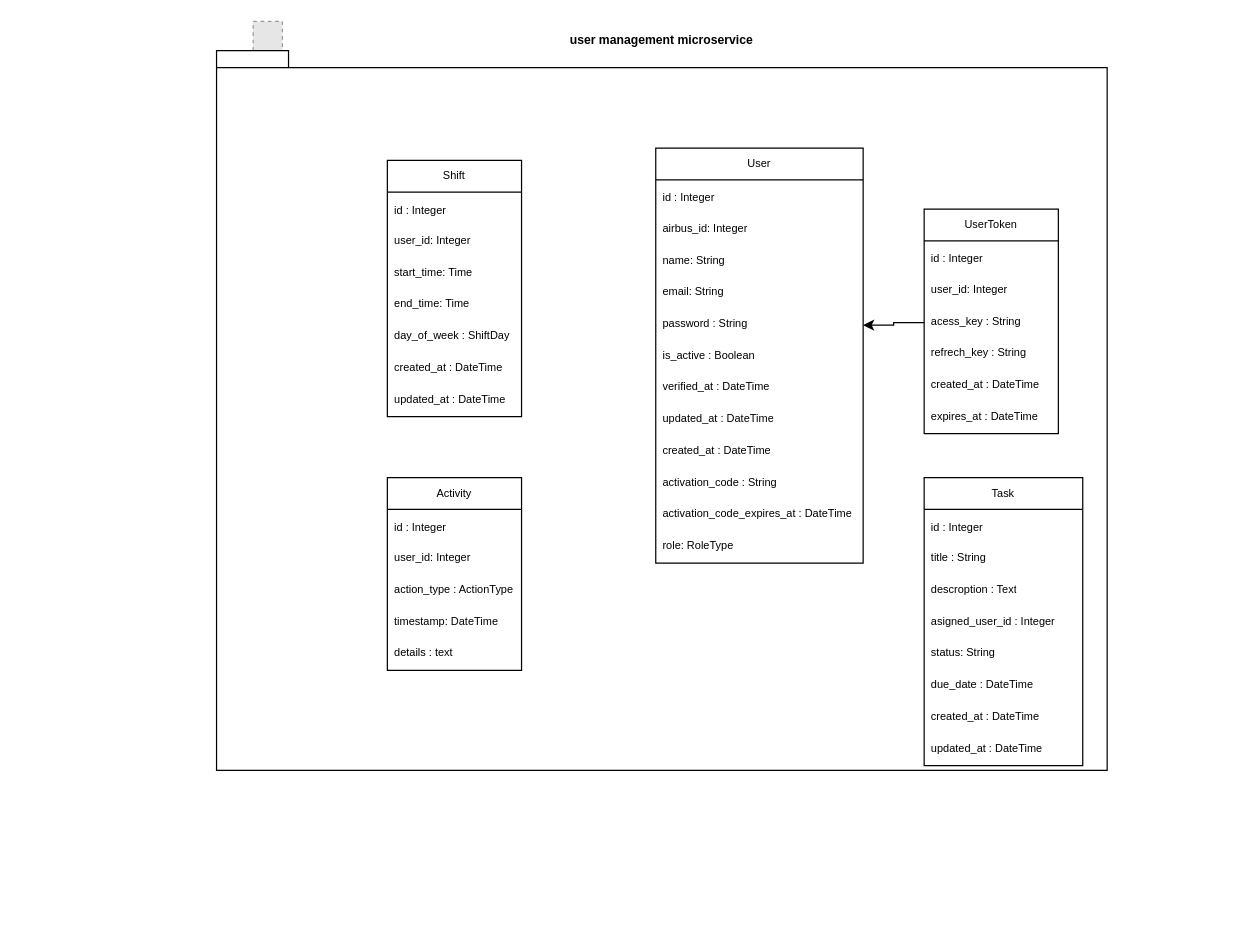
Before: Diagramme sans nom.drawio in NourAchahlaou/avvvatars, a draw.io diagram. Source tidied: cells renumbered, new cells numbered last; positions are measured from the earlier drawing's top-left corner, leaving out a move shared by most shapes. Both pictures are drawn from the tidied source at 122%, with x=0, y=0 at pixel (216, 21). Pictures stored in the file or linked from it are replaced by grey dashed boxes.
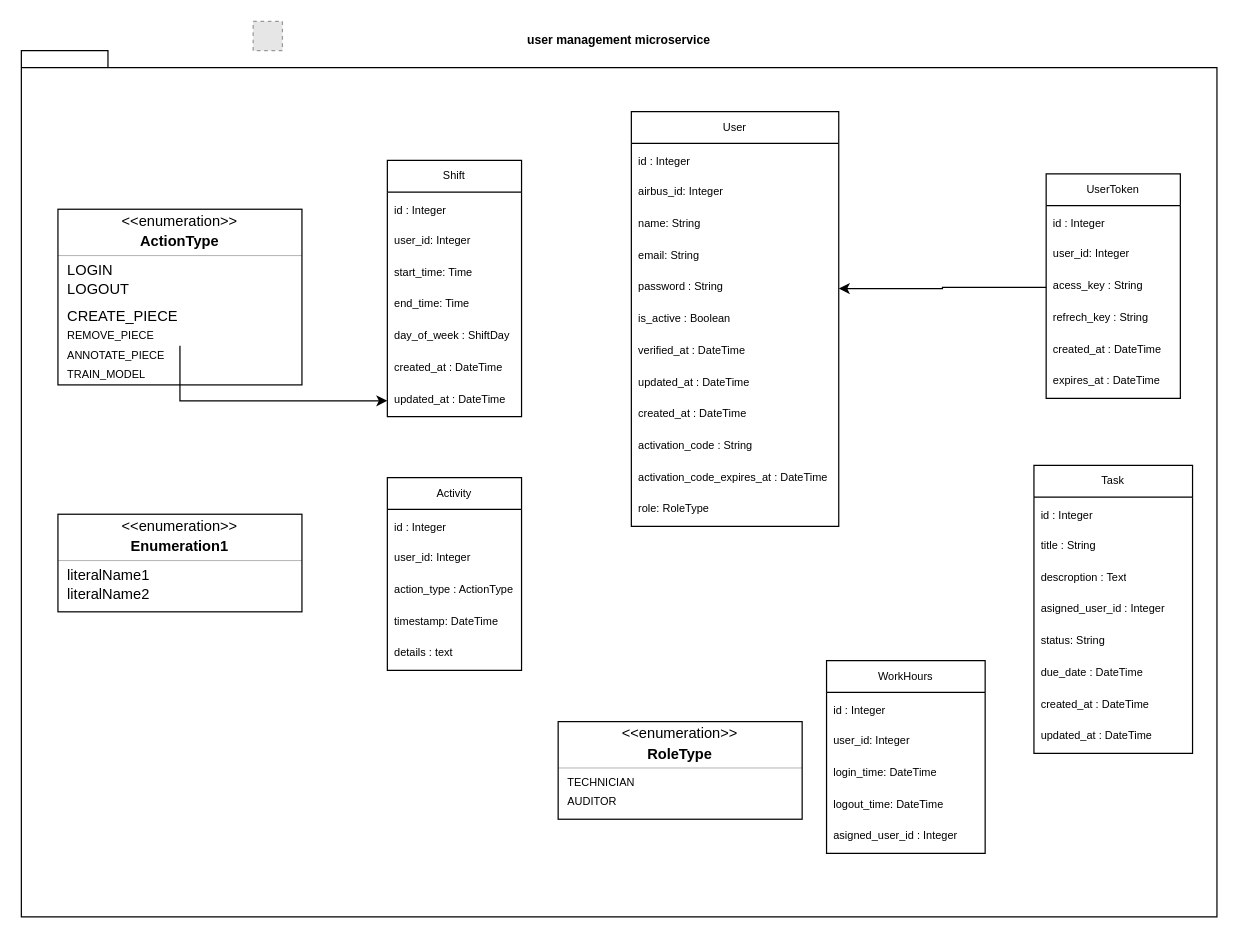
The same diagram, later.

Unchanged cells that the change refers to:
```xml
<mxCell id="38" value="updated_at : DateTime" style="text;strokeColor=none;fillColor=none;align=left;verticalAlign=top;spacingLeft=4;spacingRight=4;overflow=hidden;points=[[0,0.5],[1,0.5]];portConstraint=eastwest;whiteSpace=wrap;html=1;fontSize=9;" parent="31" vertex="1">
  <mxGeometry y="184" width="110" height="26" as="geometry" />
</mxCell>
```

Diff of the diagram source:
```diff
@@
     <mxCell id="3" value="&lt;font size=&quot;1&quot;&gt;user management microservice&lt;/font&gt;" style="shape=folder;fontStyle=1;spacingTop=10;tabWidth=40;tabHeight=14;tabPosition=left;html=1;whiteSpace=wrap;align=center;labelPosition=center;verticalLabelPosition=top;verticalAlign=bottom;" parent="1" vertex="1">
-      <mxGeometry y="24" width="730" height="590" as="geometry" />
+      <mxGeometry x="-160" y="24" width="980" height="710" as="geometry" />
     </mxCell>
     <mxCell id="4" value="&lt;font&gt;User&lt;/font&gt;" style="swimlane;fontStyle=0;horizontal=1;startSize=26;fillColor=none;whiteSpace=wrap;html=1;fontSize=9;" parent="1" vertex="1">
-      <mxGeometry x="360" y="104" width="170" height="340" as="geometry" />
+      <mxGeometry x="340" y="74" width="170" height="340" as="geometry" />
     </mxCell>
@@
     <mxCell id="17" value="&lt;font&gt;UserToken&lt;/font&gt;" style="swimlane;fontStyle=0;horizontal=1;startSize=26;fillColor=none;whiteSpace=wrap;html=1;fontSize=9;" parent="1" vertex="1">
-      <mxGeometry x="580" y="154" width="110" height="184" as="geometry" />
+      <mxGeometry x="680" y="125" width="110" height="184" as="geometry" />
     </mxCell>
@@
     <mxCell id="39" value="&lt;font&gt;Task&lt;/font&gt;" style="swimlane;fontStyle=0;horizontal=1;startSize=26;fillColor=none;whiteSpace=wrap;html=1;fontSize=9;" parent="1" vertex="1">
-      <mxGeometry x="580" y="374" width="130" height="236" as="geometry" />
+      <mxGeometry x="670" y="364" width="130" height="236" as="geometry" />
     </mxCell>
@@
+    <mxCell id="48" value="&lt;font&gt;WorkHours&lt;/font&gt;" style="swimlane;fontStyle=0;horizontal=1;startSize=26;fillColor=none;whiteSpace=wrap;html=1;fontSize=9;" parent="1" vertex="1">
+      <mxGeometry x="500" y="524" width="130" height="158" as="geometry" />
+    </mxCell>
+    <mxCell id="49" value="&lt;font style=&quot;font-size: 9px;&quot;&gt;id : Integer&lt;/font&gt;" style="text;strokeColor=none;fillColor=none;align=left;verticalAlign=top;spacingLeft=4;spacingRight=4;overflow=hidden;whiteSpace=wrap;html=1;" parent="48" vertex="1">
+      <mxGeometry y="26" width="130" height="28" as="geometry" />
+    </mxCell>
+    <mxCell id="50" value="user_id: Integer" style="text;strokeColor=none;fillColor=none;align=left;verticalAlign=top;spacingLeft=4;spacingRight=4;overflow=hidden;whiteSpace=wrap;html=1;fontSize=9;" parent="48" vertex="1">
+      <mxGeometry y="54" width="130" height="26" as="geometry" />
+    </mxCell>
+    <mxCell id="51" value="login_time: DateTime" style="text;strokeColor=none;fillColor=none;align=left;verticalAlign=top;spacingLeft=4;spacingRight=4;overflow=hidden;whiteSpace=wrap;html=1;fontSize=9;" parent="48" vertex="1">
+      <mxGeometry y="80" width="130" height="26" as="geometry" />
+    </mxCell>
+    <mxCell id="52" value="logout_time: DateTime" style="text;strokeColor=none;fillColor=none;align=left;verticalAlign=top;spacingLeft=4;spacingRight=4;overflow=hidden;whiteSpace=wrap;html=1;fontSize=9;" parent="48" vertex="1">
+      <mxGeometry y="106" width="130" height="26" as="geometry" />
+    </mxCell>
+    <mxCell id="53" value="&lt;span style=&quot;background-color: transparent; color: light-dark(rgb(0, 0, 0), rgb(255, 255, 255));&quot;&gt;asigned_user_id : Integer&lt;/span&gt;" style="text;strokeColor=none;fillColor=none;align=left;verticalAlign=top;spacingLeft=4;spacingRight=4;overflow=hidden;whiteSpace=wrap;html=1;fontSize=9;" parent="48" vertex="1">
+      <mxGeometry y="132" width="130" height="26" as="geometry" />
+    </mxCell>
+    <mxCell id="54" style="fontStyle=1;align=center;verticalAlign=middle;horizontal=1;fontSize=9;" parent="1" vertex="1">
+      <mxGeometry x="-130" y="154" width="200" height="144" as="geometry" />
+    </mxCell>
+    <mxCell id="55" value="&amp;lt;&amp;lt;enumeration&amp;gt;&amp;gt;" style="html=1;align=center;spacing=0;verticalAlign=middle;strokeColor=none;fillColor=none;whiteSpace=wrap;" parent="54" vertex="1">
+      <mxGeometry width="200" height="20" as="geometry" />
+    </mxCell>
+    <mxCell id="56" value="ActionType" style="html=1;align=center;spacing=0;verticalAlign=middle;strokeColor=none;fillColor=none;whiteSpace=wrap;fontStyle=1;" parent="54" vertex="1">
+      <mxGeometry y="20" width="200" height="14" as="geometry" />
+    </mxCell>
+    <mxCell id="57" style="line;strokeWidth=0.25;fillColor=none;align=left;verticalAlign=middle;spacingTop=-1;spacingLeft=3;spacingRight=3;labelPosition=right;" parent="54" vertex="1">
+      <mxGeometry y="34" width="200" height="8" as="geometry" />
+    </mxCell>
+    <mxCell id="58" value="LOGIN" style="html=1;align=left;spacing=0;spacingLeft=8;verticalAlign=middle;strokeColor=none;fillColor=none;whiteSpace=wrap;" parent="54" vertex="1">
+      <mxGeometry y="42" width="200" height="16" as="geometry" />
+    </mxCell>
+    <mxCell id="59" value="LOGOUT" style="html=1;align=left;spacing=0;spacingLeft=8;verticalAlign=middle;strokeColor=none;fillColor=none;whiteSpace=wrap;" parent="54" vertex="1">
+      <mxGeometry y="58" width="200" height="16" as="geometry" />
+    </mxCell>
+    <mxCell id="60" style="html=1;align=left;spacing=0;spacingLeft=8;verticalAlign=middle;strokeColor=none;fillColor=none;whiteSpace=wrap;" parent="54" vertex="1">
+      <mxGeometry y="74" width="200" height="6" as="geometry" />
+    </mxCell>
+    <mxCell id="61" style="edgeStyle=orthogonalEdgeStyle;rounded=0;orthogonalLoop=1;jettySize=auto;html=1;exitX=0.5;exitY=1;exitDx=0;exitDy=0;" parent="54" edge="1" source="56" target="56">
+      <mxGeometry relative="1" as="geometry" />
+    </mxCell>
+    <mxCell id="62" value="CREATE_PIECE" style="html=1;align=left;spacing=0;spacingLeft=8;verticalAlign=middle;strokeColor=none;fillColor=none;whiteSpace=wrap;" parent="54" vertex="1">
+      <mxGeometry y="80" width="200" height="16" as="geometry" />
+    </mxCell>
+    <mxCell id="63" value="REMOVE_PIECE" style="html=1;align=left;spacing=0;spacingLeft=8;verticalAlign=middle;strokeColor=none;fillColor=none;whiteSpace=wrap;fontSize=9;" parent="54" vertex="1">
+      <mxGeometry y="96" width="200" height="16" as="geometry" />
+    </mxCell>
+    <mxCell id="64" value="ANNOTATE_PIECE" style="html=1;align=left;spacing=0;spacingLeft=8;verticalAlign=middle;strokeColor=none;fillColor=none;whiteSpace=wrap;fontSize=9;" parent="54" vertex="1">
+      <mxGeometry y="112" width="200" height="16" as="geometry" />
+    </mxCell>
+    <mxCell id="65" value="TRAIN_MODEL" style="html=1;align=left;spacing=0;spacingLeft=8;verticalAlign=middle;strokeColor=none;fillColor=none;whiteSpace=wrap;fontSize=9;" parent="54" vertex="1">
+      <mxGeometry y="128" width="200" height="16" as="geometry" />
+    </mxCell>
+    <mxCell id="66" style="fontStyle=1;align=center;verticalAlign=middle;horizontal=1;" parent="1" vertex="1">
+      <mxGeometry x="-130" y="404" width="200" height="80" as="geometry" />
+    </mxCell>
+    <mxCell id="67" value="&amp;lt;&amp;lt;enumeration&amp;gt;&amp;gt;" style="html=1;align=center;spacing=0;verticalAlign=middle;strokeColor=none;fillColor=none;whiteSpace=wrap;" parent="66" vertex="1">
+      <mxGeometry width="200" height="20" as="geometry" />
+    </mxCell>
+    <mxCell id="68" value="Enumeration1" style="html=1;align=center;spacing=0;verticalAlign=middle;strokeColor=none;fillColor=none;whiteSpace=wrap;fontStyle=1;" parent="66" vertex="1">
+      <mxGeometry y="20" width="200" height="14" as="geometry" />
+    </mxCell>
+    <mxCell id="69" style="line;strokeWidth=0.25;fillColor=none;align=left;verticalAlign=middle;spacingTop=-1;spacingLeft=3;spacingRight=3;labelPosition=right;" parent="66" vertex="1">
+      <mxGeometry y="34" width="200" height="8" as="geometry" />
+    </mxCell>
+    <mxCell id="70" value="literalName1" style="html=1;align=left;spacing=0;spacingLeft=8;verticalAlign=middle;strokeColor=none;fillColor=none;whiteSpace=wrap;" parent="66" vertex="1">
+      <mxGeometry y="42" width="200" height="16" as="geometry" />
+    </mxCell>
+    <mxCell id="71" value="literalName2" style="html=1;align=left;spacing=0;spacingLeft=8;verticalAlign=middle;strokeColor=none;fillColor=none;whiteSpace=wrap;" parent="66" vertex="1">
+      <mxGeometry y="58" width="200" height="16" as="geometry" />
+    </mxCell>
+    <mxCell id="72" style="html=1;align=left;spacing=0;spacingLeft=8;verticalAlign=middle;strokeColor=none;fillColor=none;whiteSpace=wrap;" parent="66" vertex="1">
+      <mxGeometry y="74" width="200" height="6" as="geometry" />
+    </mxCell>
+    <mxCell id="73" style="edgeStyle=orthogonalEdgeStyle;rounded=0;orthogonalLoop=1;jettySize=auto;html=1;exitX=0.5;exitY=1;exitDx=0;exitDy=0;" parent="66" edge="1" source="68" target="68">
+      <mxGeometry relative="1" as="geometry" />
+    </mxCell>
+    <mxCell id="74" style="fontStyle=1;align=center;verticalAlign=middle;horizontal=1;fontSize=9;" parent="1" vertex="1">
+      <mxGeometry x="280" y="574" width="200" height="80" as="geometry" />
+    </mxCell>
+    <mxCell id="75" value="&amp;lt;&amp;lt;enumeration&amp;gt;&amp;gt;" style="html=1;align=center;spacing=0;verticalAlign=middle;strokeColor=none;fillColor=none;whiteSpace=wrap;" parent="74" vertex="1">
+      <mxGeometry width="200" height="20" as="geometry" />
+    </mxCell>
+    <mxCell id="76" value="RoleType" style="html=1;align=center;spacing=0;verticalAlign=middle;strokeColor=none;fillColor=none;whiteSpace=wrap;fontStyle=1;" parent="74" vertex="1">
+      <mxGeometry y="20" width="200" height="14" as="geometry" />
+    </mxCell>
+    <mxCell id="77" style="line;strokeWidth=0.25;fillColor=none;align=left;verticalAlign=middle;spacingTop=-1;spacingLeft=3;spacingRight=3;labelPosition=right;" parent="74" vertex="1">
+      <mxGeometry y="34" width="200" height="8" as="geometry" />
+    </mxCell>
+    <mxCell id="78" value="TECHNICIAN" style="html=1;align=left;spacing=0;spacingLeft=8;verticalAlign=middle;strokeColor=none;fillColor=none;whiteSpace=wrap;fontSize=9;" parent="74" vertex="1">
+      <mxGeometry y="42" width="200" height="16" as="geometry" />
+    </mxCell>
+    <mxCell id="79" value="AUDITOR" style="html=1;align=left;spacing=0;spacingLeft=8;verticalAlign=middle;strokeColor=none;fillColor=none;whiteSpace=wrap;fontSize=9;" parent="74" vertex="1">
+      <mxGeometry y="58" width="200" height="16" as="geometry" />
+    </mxCell>
+    <mxCell id="80" style="html=1;align=left;spacing=0;spacingLeft=8;verticalAlign=middle;strokeColor=none;fillColor=none;whiteSpace=wrap;" parent="74" vertex="1">
+      <mxGeometry y="74" width="200" height="6" as="geometry" />
+    </mxCell>
+    <mxCell id="81" style="edgeStyle=orthogonalEdgeStyle;rounded=0;orthogonalLoop=1;jettySize=auto;html=1;exitX=0.5;exitY=1;exitDx=0;exitDy=0;fontSize=9;" parent="74" edge="1" source="76" target="76">
+      <mxGeometry relative="1" as="geometry" />
+    </mxCell>
+    <mxCell id="82" style="edgeStyle=orthogonalEdgeStyle;rounded=0;jettySize=auto;html=1;" parent="1" edge="1" source="63" target="38">
+      <mxGeometry relative="1" as="geometry" />
+    </mxCell>
```
